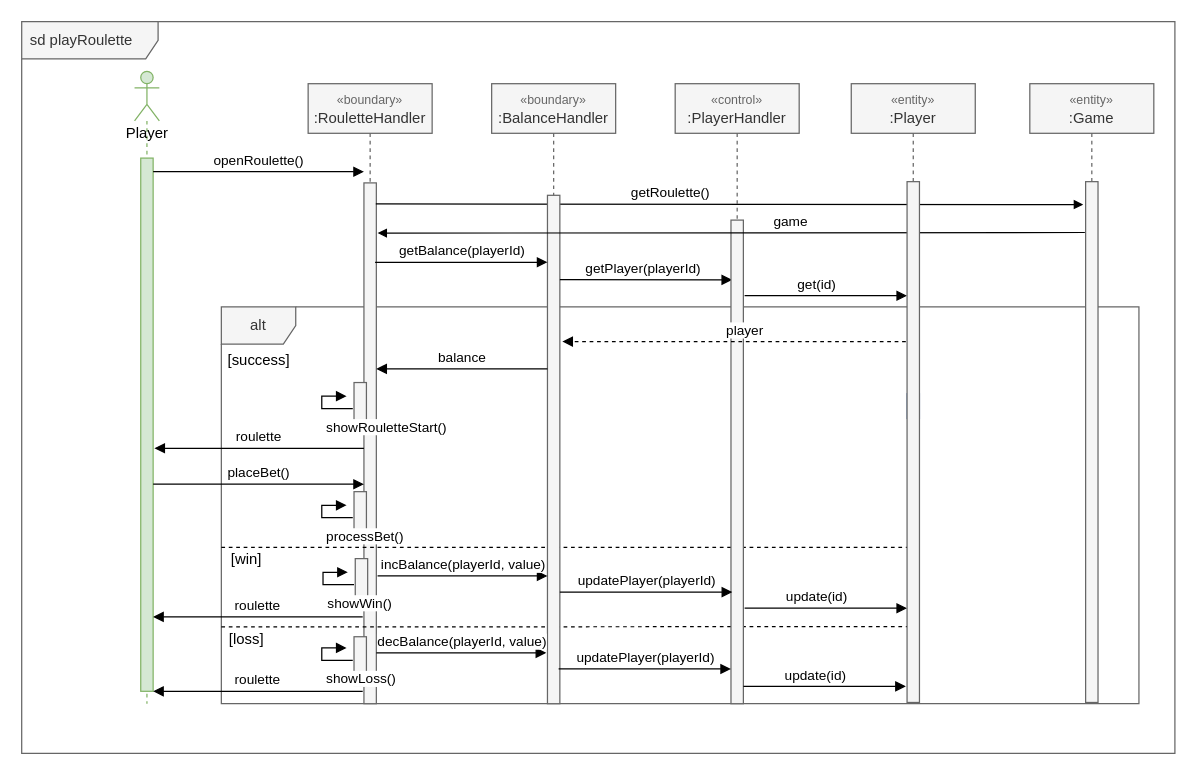
This is docs/diagrams/UCR-04_sequence.drawio from deadbeef-alo/CloverStack, a draw.io file, before an edit. Source tidied: cells renumbered, new cells numbered last; positions are measured from the earlier drawing's top-left corner, leaving out a move shared by most shapes. Both pictures are drawn from the tidied source at 124%, with x=0, y=0 at pixel (21, 21).
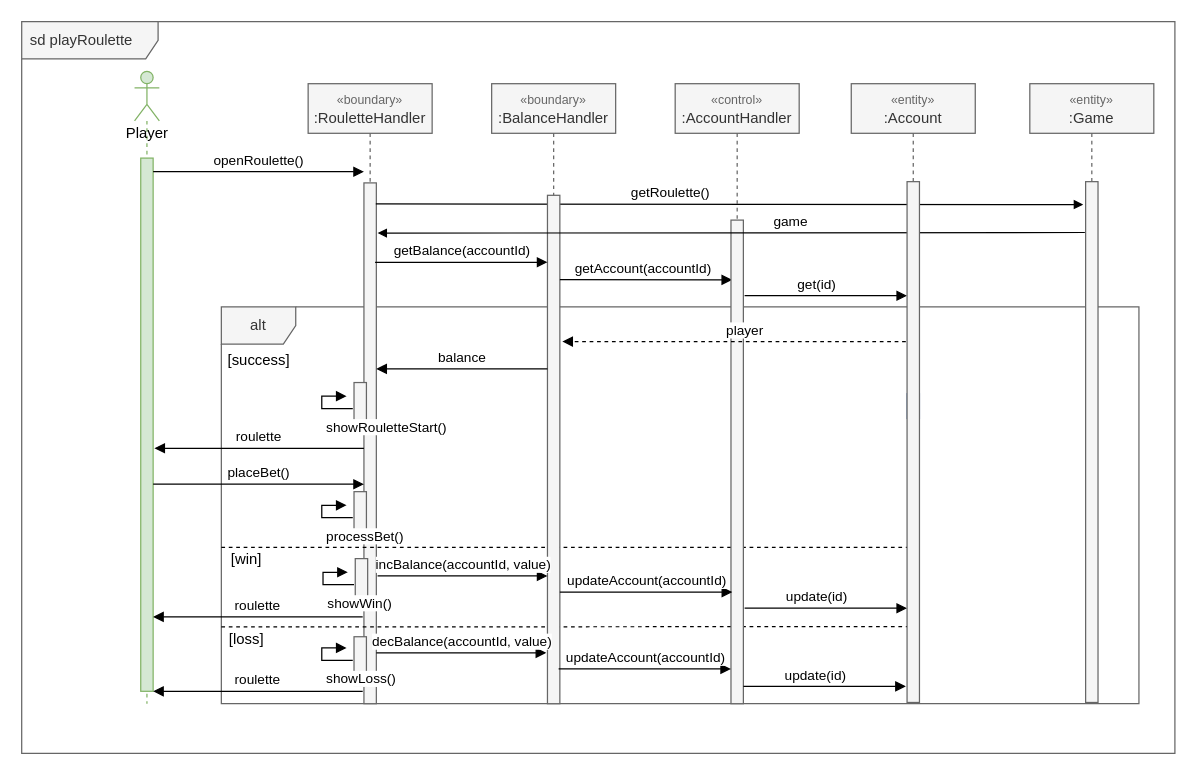
After the change.

Commit message (it also covers changes not shown here):
Task 4: Change Player/player to Account/account

The change refers to these unchanged cells:
```xml
<mxCell id="23" value="&lt;font style=&quot;font-size: 10px; color: rgb(102, 102, 102);&quot;&gt;«boundary»&lt;/font&gt;&lt;br&gt;:BalanceHandler" style="shape=umlLifeline;perimeter=lifelinePerimeter;whiteSpace=wrap;html=1;fillColor=#f5f5f5;strokeColor=#666666;fontColor=#333333;" parent="1" vertex="1">
  <mxGeometry x="379" y="50" width="100" height="500" as="geometry" />
</mxCell>
```

Change to the diagram source:
```diff
@@
-    <mxCell id="26" value="incBalance(playerId, value)" style="html=1;verticalAlign=bottom;endArrow=block;entryX=0;entryY=0;rounded=0;" parent="23" edge="1">
+    <mxCell id="26" value="incBalance(accountId, value)" style="html=1;verticalAlign=bottom;endArrow=block;entryX=0;entryY=0;rounded=0;" parent="23" edge="1">
       <mxGeometry relative="1" as="geometry">
         <mxPoint x="-92" y="397" as="sourcePoint" />
         <mxPoint x="45" y="397" as="targetPoint" />
       </mxGeometry>
     </mxCell>
-    <mxCell id="27" value="getBalance(playerId)" style="html=1;verticalAlign=bottom;endArrow=block;entryX=0;entryY=0;rounded=0;" parent="1" edge="1">
+    <mxCell id="27" value="getBalance(accountId)" style="html=1;verticalAlign=bottom;endArrow=block;entryX=0;entryY=0;rounded=0;" parent="1" edge="1">
       <mxGeometry relative="1" as="geometry">
         <mxPoint x="285" y="194" as="sourcePoint" />
         <mxPoint x="424" y="194" as="targetPoint" />
       </mxGeometry>
     </mxCell>
-    <mxCell id="28" value="&lt;font style=&quot;font-size: 10px; color: rgb(102, 102, 102);&quot;&gt;«control»&lt;/font&gt;&lt;br&gt;:PlayerHandler" style="shape=umlLifeline;perimeter=lifelinePerimeter;whiteSpace=wrap;html=1;fillColor=#f5f5f5;strokeColor=#666666;fontColor=#333333;" parent="1" vertex="1">
+    <mxCell id="28" value="&lt;font style=&quot;font-size: 10px; color: rgb(102, 102, 102);&quot;&gt;«control»&lt;/font&gt;&lt;br&gt;:AccountHandler" style="shape=umlLifeline;perimeter=lifelinePerimeter;whiteSpace=wrap;html=1;fillColor=#f5f5f5;strokeColor=#666666;fontColor=#333333;" parent="1" vertex="1">
       <mxGeometry x="527" y="50" width="100" height="500" as="geometry" />
     </mxCell>
-    <mxCell id="29" value="getPlayer(playerId)" style="html=1;verticalAlign=bottom;endArrow=block;entryX=-0.014;entryY=0.161;rounded=0;entryDx=0;entryDy=0;entryPerimeter=0;" parent="1" edge="1">
+    <mxCell id="29" value="getAccount(accountId)" style="html=1;verticalAlign=bottom;endArrow=block;entryX=-0.014;entryY=0.161;rounded=0;entryDx=0;entryDy=0;entryPerimeter=0;" parent="1" edge="1">
       <mxGeometry x="-0.04" relative="1" as="geometry">
         <mxPoint x="434" y="208" as="sourcePoint" />
         <mxPoint x="572.9" y="208.2" as="targetPoint" />
       </mxGeometry>
     </mxCell>
@@
-    <mxCell id="31" value="&lt;font style=&quot;font-size: 10px; color: rgb(102, 102, 102);&quot;&gt;«entity»&lt;/font&gt;&lt;br&gt;:Player" style="shape=umlLifeline;perimeter=lifelinePerimeter;whiteSpace=wrap;html=1;fillColor=#f5f5f5;strokeColor=#666666;fontColor=#333333;" parent="1" vertex="1">
+    <mxCell id="31" value="&lt;font style=&quot;font-size: 10px; color: rgb(102, 102, 102);&quot;&gt;«entity»&lt;/font&gt;&lt;br&gt;:Account" style="shape=umlLifeline;perimeter=lifelinePerimeter;whiteSpace=wrap;html=1;fillColor=#f5f5f5;strokeColor=#666666;fontColor=#333333;" parent="1" vertex="1">
       <mxGeometry x="669" y="50" width="100" height="500" as="geometry" />
     </mxCell>
@@
-    <mxCell id="44" value="updatePlayer(playerId)" style="html=1;verticalAlign=bottom;endArrow=block;entryX=0;entryY=0;rounded=0;" parent="1" edge="1">
+    <mxCell id="44" value="updateAccount(accountId)" style="html=1;verticalAlign=bottom;endArrow=block;entryX=0;entryY=0;rounded=0;" parent="1" edge="1">
       <mxGeometry relative="1" as="geometry">
         <mxPoint x="434" y="460" as="sourcePoint" />
         <mxPoint x="573" y="460" as="targetPoint" />
       </mxGeometry>
     </mxCell>
-    <mxCell id="45" value="decBalance(playerId, value)" style="html=1;verticalAlign=bottom;endArrow=block;entryX=0;entryY=0;rounded=0;" parent="1" edge="1">
+    <mxCell id="45" value="decBalance(accountId, value)" style="html=1;verticalAlign=bottom;endArrow=block;entryX=0;entryY=0;rounded=0;" parent="1" edge="1">
       <mxGeometry relative="1" as="geometry">
         <mxPoint x="286" y="509" as="sourcePoint" />
         <mxPoint x="423" y="509" as="targetPoint" />
       </mxGeometry>
     </mxCell>
-    <mxCell id="46" value="updatePlayer(playerId)" style="html=1;verticalAlign=bottom;endArrow=block;entryX=0;entryY=0;rounded=0;" parent="1" edge="1">
+    <mxCell id="46" value="updateAccount(accountId)" style="html=1;verticalAlign=bottom;endArrow=block;entryX=0;entryY=0;rounded=0;" parent="1" edge="1">
       <mxGeometry relative="1" as="geometry">
         <mxPoint x="433" y="522" as="sourcePoint" />
         <mxPoint x="572" y="522" as="targetPoint" />
       </mxGeometry>
     </mxCell>
```
